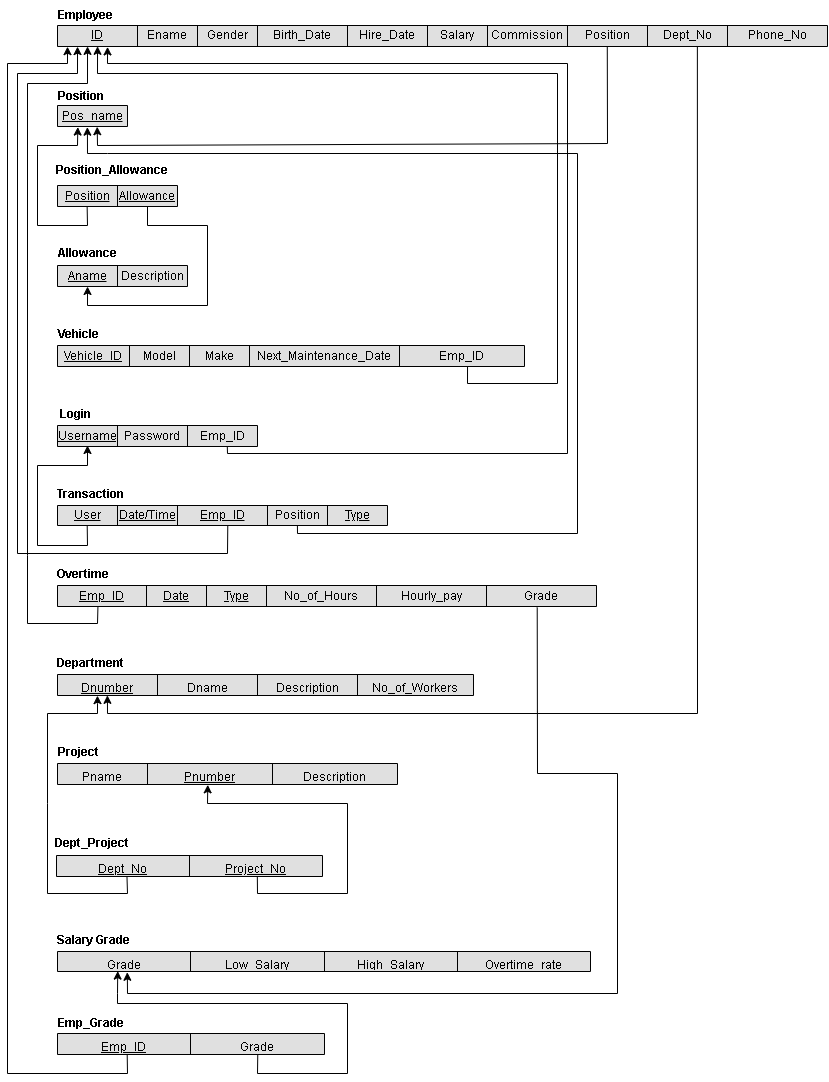
This is Phase 1/Relational Schema.drawio.png from AhmedElkhashn/DB-project, a draw.io export, as it was before one commit. Source tidied: cells renumbered, new cells last; positions are measured from the earlier drawing's top-left corner, leaving out a move shared by most shapes.
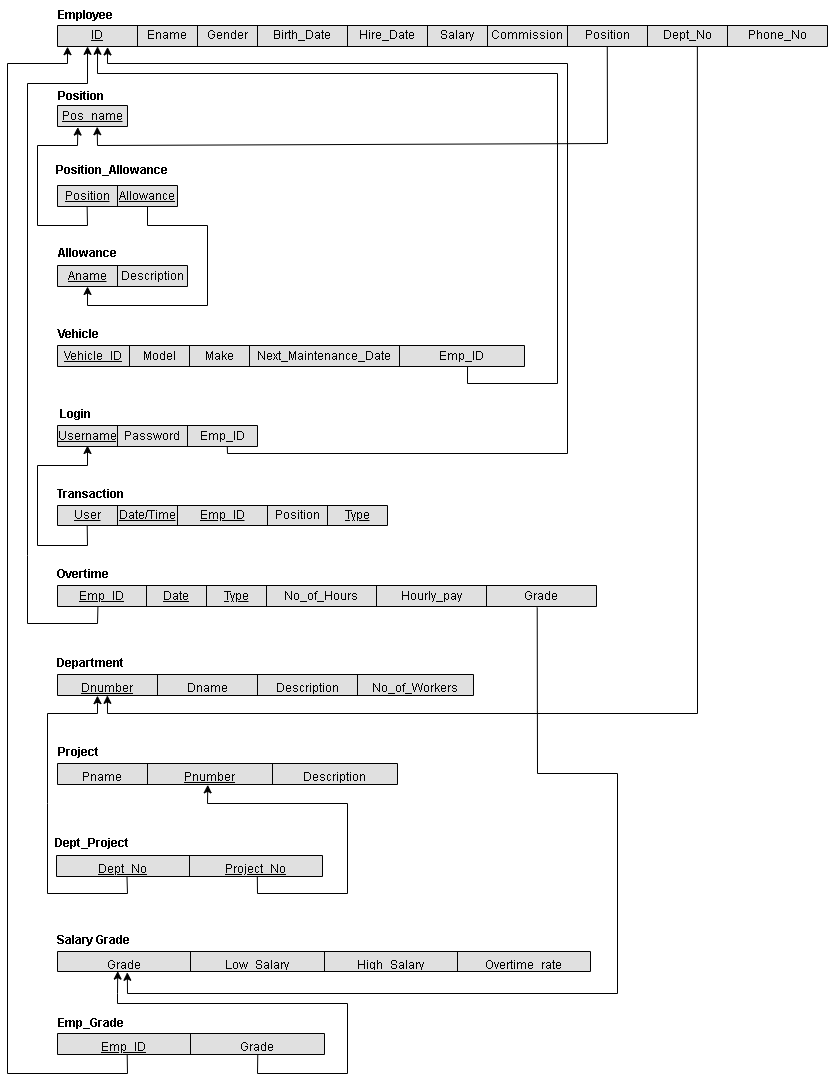
After the commit.

The edit, as a diff of the source:
```diff
@@ -309,27 +309,6 @@
         </Array>
       </mxGeometry>
     </mxCell>
-    <mxCell id="91" style="endArrow=classic;html=1;rounded=0;entryX=0.427;entryY=1.033;entryDx=0;entryDy=0;entryPerimeter=0;exitX=0.727;exitY=1.013;exitDx=0;exitDy=0;exitPerimeter=0;" parent="1" edge="1" source="40" target="59">
-      <mxGeometry relative="1" as="geometry">
-        <Array as="points">
-          <mxPoint x="290" y="533" />
-          <mxPoint x="570" y="533" />
-          <mxPoint x="570" y="153" />
-          <mxPoint x="100" y="153" />
-          <mxPoint x="80" y="153" />
-        </Array>
-      </mxGeometry>
-    </mxCell>
-    <mxCell id="92" style="endArrow=classic;html=1;rounded=0;entryX=0.026;entryY=1.004;entryDx=0;entryDy=0;exitX=0.516;exitY=0.992;exitDx=0;exitDy=0;exitPerimeter=0;entryPerimeter=0;" parent="1" edge="1" source="40" target="3">
-      <mxGeometry relative="1" as="geometry">
-        <Array as="points">
-          <mxPoint x="220" y="553" />
-          <mxPoint x="10" y="553" />
-          <mxPoint x="10" y="73" />
-          <mxPoint x="70" y="73" />
-        </Array>
-      </mxGeometry>
-    </mxCell>
     <mxCell id="93" style="endArrow=classic;html=1;rounded=0;exitX=0.878;exitY=0.994;exitDx=0;exitDy=0;exitPerimeter=0;entryX=0.052;entryY=0.992;entryDx=0;entryDy=0;entryPerimeter=0;" parent="1" edge="1" source="26" target="3">
       <mxGeometry relative="1" as="geometry">
         <Array as="points">
```
